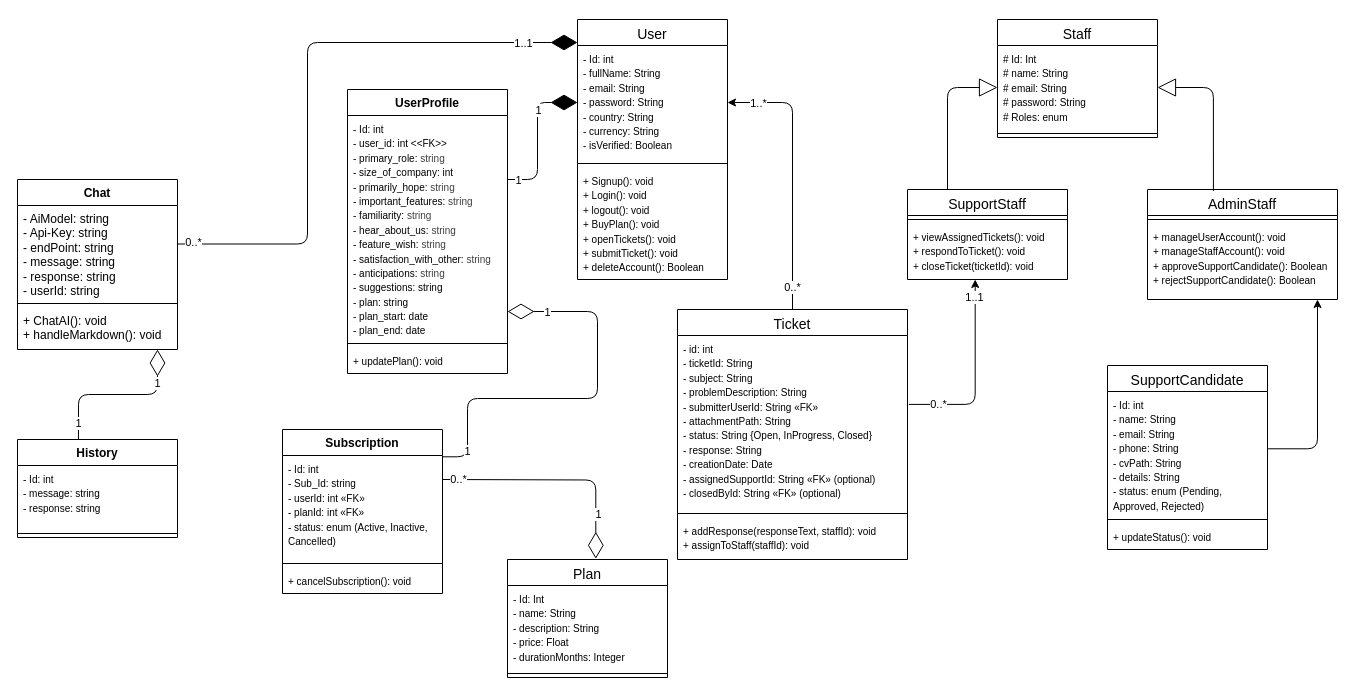
Above: docs/class.drawio in Atig-Hamza/CosmoAi (draw.io), before the change. Source tidied: cells renumbered, new cells numbered last; positions are measured from the earlier drawing's top-left corner, leaving out a move shared by most shapes. Both pictures are drawn from the tidied source at 100%, with x=0, y=0 at pixel (17, 19).
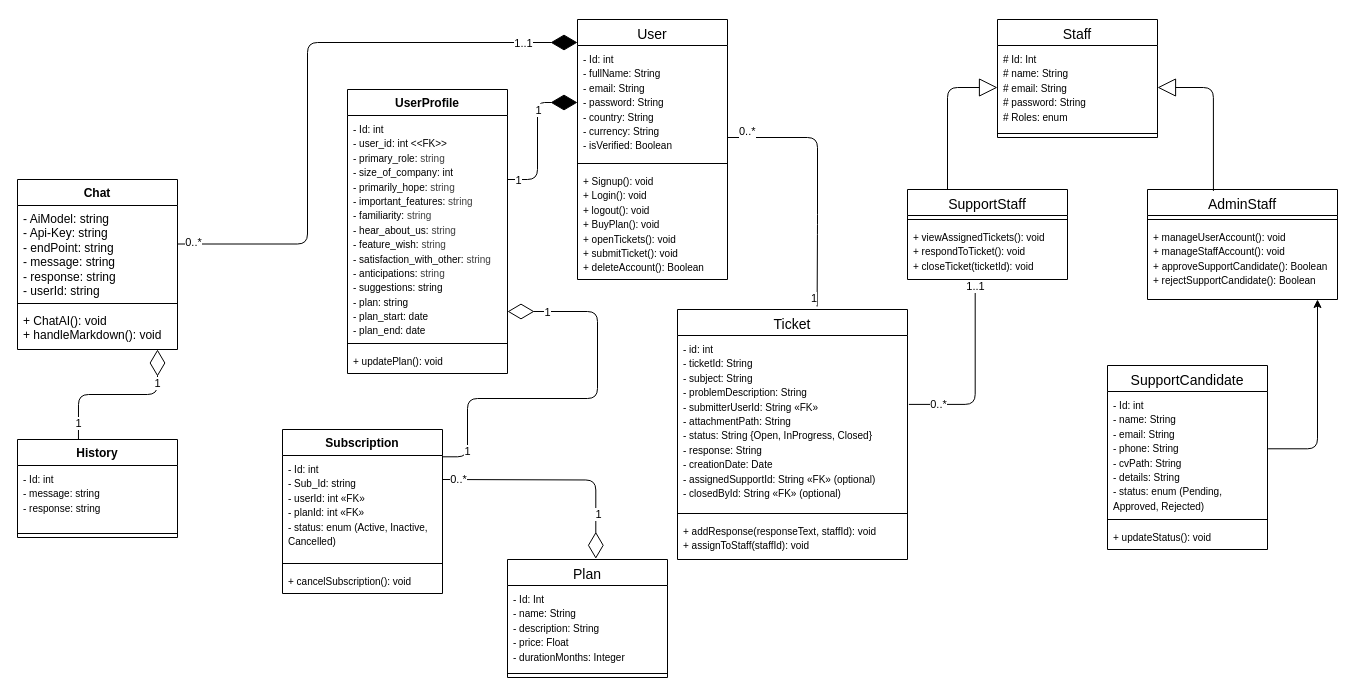
The same page after the edit.

Commit message:
UML: simple fix in relation

Unchanged cells that the change refers to:
```xml
<mxCell id="3" value="&lt;font style=&quot;font-size: 10px;&quot;&gt;- Id: int&amp;nbsp;&lt;/font&gt;&lt;div&gt;&lt;font style=&quot;font-size: 10px;&quot;&gt;- fullName: String&amp;nbsp;&lt;/font&gt;&lt;/div&gt;&lt;div&gt;&lt;font style=&quot;font-size: 10px;&quot;&gt;- email: String&amp;nbsp;&lt;/font&gt;&lt;/div&gt;&lt;div&gt;&lt;font style=&quot;font-size: 10px;&quot;&gt;- password: String&amp;nbsp;&lt;/font&gt;&lt;/div&gt;&lt;div&gt;&lt;font style=&quot;font-size: 10px;&quot;&gt;- country: String&amp;nbsp;&lt;/font&gt;&lt;/div&gt;&lt;div&gt;&lt;font style=&quot;font-size: 10px;&quot;&gt;- currency: String &lt;br&gt;- isVerified: Boolean&lt;/font&gt;&lt;div&gt;&lt;/div&gt;&lt;/div&gt;" style="text;strokeColor=none;fillColor=none;align=left;verticalAlign=top;spacingLeft=4;spacingRight=4;overflow=hidden;points=[[0,0.5],[1,0.5]];portConstraint=eastwest;whiteSpace=wrap;html=1;" parent="2" vertex="1">
  <mxGeometry y="26" width="150" height="114" as="geometry" />
</mxCell>
<mxCell id="23" value="&lt;span style=&quot;color: rgb(0, 0, 0); font-family: Arial; font-size: 14px; font-weight: 400; text-align: start; text-wrap-mode: nowrap; background-color: rgb(255, 255, 255);&quot;&gt;Ticket&lt;/span&gt;" style="swimlane;fontStyle=1;align=center;verticalAlign=top;horizontal=1;startSize=26;whiteSpace=wrap;html=1;" parent="1" vertex="1">
  <mxGeometry x="660" y="290" width="230" height="250" as="geometry" />
</mxCell>
<mxCell id="27" style="edgeStyle=orthogonalEdgeStyle;html=1;entryX=1.006;entryY=0.396;entryDx=0;entryDy=0;entryPerimeter=0;exitX=1.006;exitY=0.396;exitDx=0;exitDy=0;exitPerimeter=0;" parent="23" edge="1" source="24">
  <mxGeometry relative="1" as="geometry">
    <mxPoint x="297.7" y="-30" as="targetPoint" />
    <Array as="points">
      <mxPoint x="298" y="95" />
    </Array>
  </mxGeometry>
</mxCell>
```

Diff of the diagram source:
```diff
@@
     <mxCell id="29" value="1..1" style="edgeLabel;html=1;align=center;verticalAlign=middle;" parent="27" vertex="1">
-      <mxGeometry x="0.82" y="1" relative="1" as="geometry" />
+      <mxGeometry x="0.94" relative="1" as="geometry" />
     </mxCell>
@@
-    <mxCell id="44" style="edgeStyle=orthogonalEdgeStyle;html=1;exitX=0.5;exitY=0;exitDx=0;exitDy=0;" parent="1" edge="1" source="23" target="3">
-      <mxGeometry relative="1" as="geometry" />
-    </mxCell>
-    <mxCell id="45" value="1..*" style="edgeLabel;html=1;align=center;verticalAlign=middle;" parent="44" vertex="1">
-      <mxGeometry x="-0.83" y="1" relative="1" as="geometry">
-        <mxPoint x="-34" y="-184" as="offset" />
-      </mxGeometry>
-    </mxCell>
-    <mxCell id="46" value="0..*" style="edgeLabel;html=1;align=center;verticalAlign=middle;" parent="44" vertex="1">
-      <mxGeometry x="-0.83" relative="1" as="geometry">
-        <mxPoint x="-1" as="offset" />
-      </mxGeometry>
-    </mxCell>
@@
+    <mxCell id="65" style="endArrow=none;html=1;edgeStyle=orthogonalEdgeStyle;entryX=0.607;entryY=-0.012;entryDx=0;entryDy=0;entryPerimeter=0;" parent="1" edge="1" target="23">
+      <mxGeometry relative="1" as="geometry">
+        <mxPoint x="710" y="118" as="sourcePoint" />
+        <Array as="points">
+          <mxPoint x="800" y="118" />
+          <mxPoint x="800" y="205" />
+        </Array>
+      </mxGeometry>
+    </mxCell>
+    <mxCell id="46" value="0..*" style="edgeLabel;html=1;align=left;verticalAlign=bottom;" parent="65" vertex="1">
+      <mxGeometry x="-1" relative="1" as="geometry">
+        <mxPoint x="10" y="2" as="offset" />
+      </mxGeometry>
+    </mxCell>
+    <mxCell id="66" value="1" style="edgeLabel;html=1;align=right;verticalAlign=bottom;" parent="65" vertex="1">
+      <mxGeometry x="1" relative="1" as="geometry" />
+    </mxCell>
```
